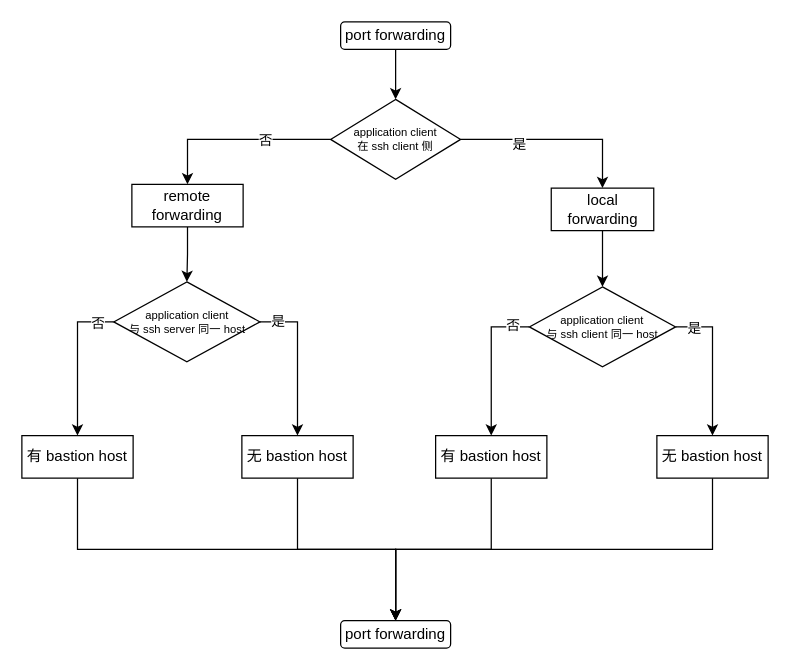
gaohongy/drawio keeps this draw.io diagram as network.drawio. Above is the earlier version. Source tidied: cells renumbered, new cells numbered last; positions are measured from the earlier drawing's top-left corner, leaving out a move shared by most shapes. Both pictures are drawn from the tidied source at 125%, with x=0, y=0 at pixel (21, 21).
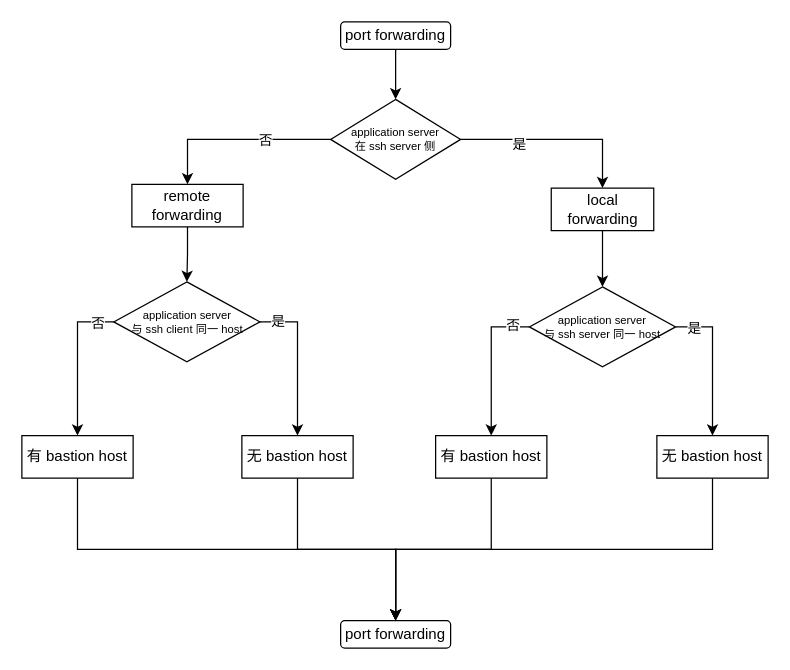
Above is the later version.

Change to the diagram source:
```diff
@@
-    <mxCell id="8" value="application client &lt;br&gt;在 ssh client 侧" style="rhombus;whiteSpace=wrap;html=1;fontSize=9;" parent="1" vertex="1">
+    <mxCell id="8" value="application server&lt;br&gt;在 ssh server 侧" style="rhombus;whiteSpace=wrap;html=1;fontSize=9;" parent="1" vertex="1">
       <mxGeometry x="247" y="62" width="104" height="64" as="geometry" />
     </mxCell>
@@
-    <mxCell id="17" value="application client &lt;br&gt;与 ssh client 同一 host" style="rhombus;whiteSpace=wrap;html=1;fontSize=9;" parent="1" vertex="1">
+    <mxCell id="17" value="application server&lt;br&gt;与 ssh server 同一 host" style="rhombus;whiteSpace=wrap;html=1;fontSize=9;" parent="1" vertex="1">
       <mxGeometry x="406" y="212" width="117" height="64" as="geometry" />
     </mxCell>
@@
-    <mxCell id="22" value="application client &lt;br&gt;与 ssh server 同一 host" style="rhombus;whiteSpace=wrap;html=1;fontSize=9;" parent="1" vertex="1">
+    <mxCell id="22" value="application server&lt;br&gt;与 ssh client 同一 host" style="rhombus;whiteSpace=wrap;html=1;fontSize=9;" parent="1" vertex="1">
       <mxGeometry x="73.5" y="208" width="117" height="64" as="geometry" />
     </mxCell>
```
